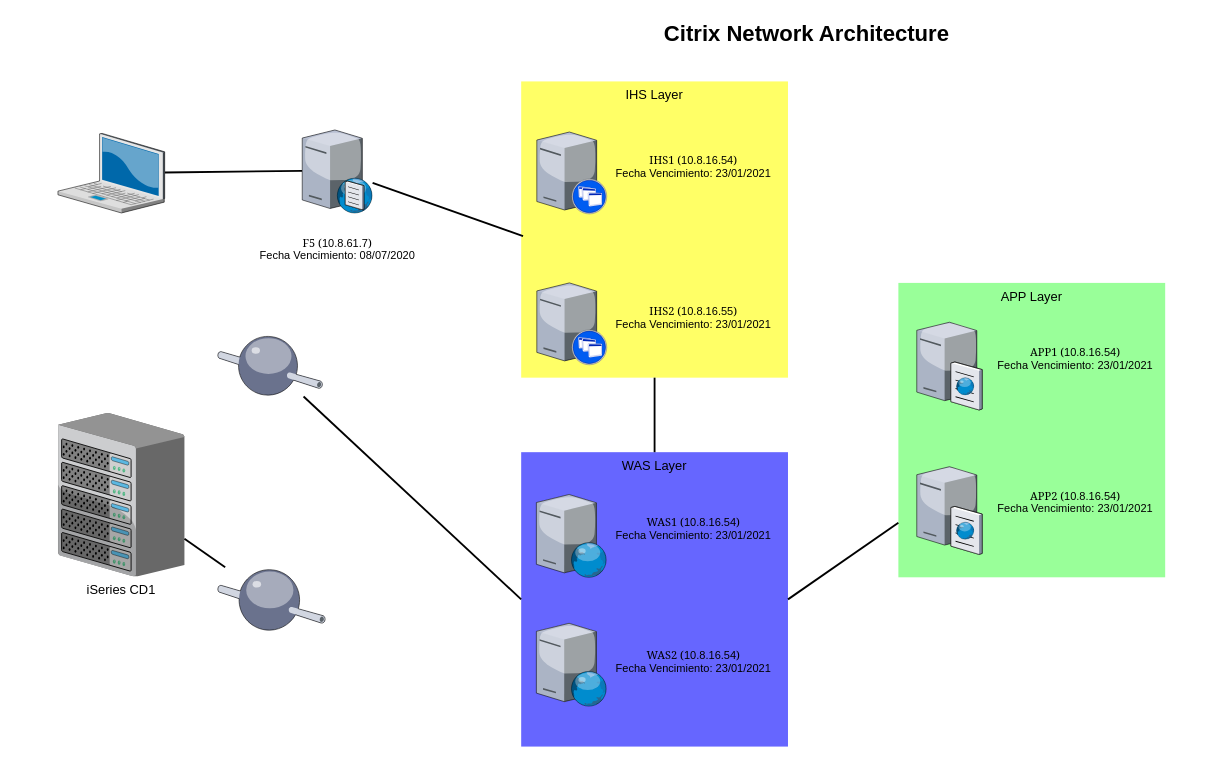
The draw.io diagram page "Page-1" (1 of 3) of Untitled Diagram.drawio in jamapilo/platzi, before the edit. Source tidied: cells renumbered, new cells numbered last; positions are measured from the earlier drawing's top-left corner, leaving out a move shared by most shapes. Both pictures are drawn from the tidied source at 92%, with x=0, y=0 at pixel (57, 16).
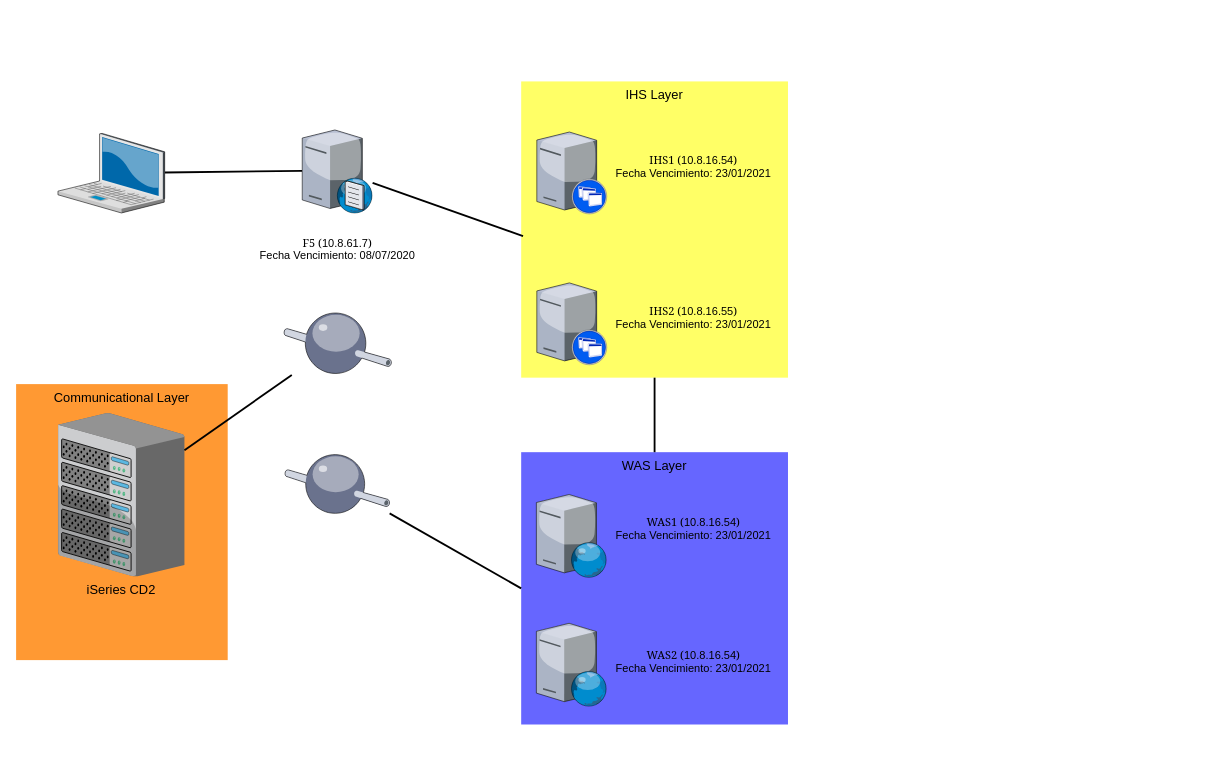
Above is the later version.

The edit, as a diff of the source:
```diff
@@
-    <mxCell id="2" value="APP Layer&lt;br&gt;" style="whiteSpace=wrap;html=1;fillColor=#99FF99;fontSize=14;strokeColor=none;verticalAlign=top;" parent="1" vertex="1">
-      <mxGeometry x="914" y="290" width="290" height="320" as="geometry" />
-    </mxCell>
+    <mxCell id="30" value="Communicational Layer&lt;br&gt;" style="whiteSpace=wrap;html=1;fillColor=#FF9933;fontSize=14;strokeColor=none;verticalAlign=top;" parent="1" vertex="1">
+      <mxGeometry x="-45" y="400" width="230" height="300" as="geometry" />
+    </mxCell>
     <mxCell id="3" value="WAS Layer&lt;br&gt;" style="whiteSpace=wrap;html=1;fillColor=#6666FF;fontSize=14;strokeColor=none;verticalAlign=top;" parent="1" vertex="1">
-      <mxGeometry x="504" y="474" width="290" height="320" as="geometry" />
+      <mxGeometry x="504" y="474" width="290" height="296" as="geometry" />
     </mxCell>
@@
-    <mxCell id="9" style="verticalLabelPosition=top;html=1;verticalAlign=bottom;strokeColor=none;shape=mxgraph.citrix.cache_server;fillColor=#66B2FF;gradientColor=#0066CC;fontSize=14;labelPosition=center;align=center;" parent="1" vertex="1">
-      <mxGeometry x="934" y="487.5" width="71" height="97.5" as="geometry" />
-    </mxCell>
-    <mxCell id="10" value="iSeries CD1&lt;br&gt;&lt;br&gt;" style="verticalLabelPosition=bottom;html=1;verticalAlign=top;strokeColor=none;shape=mxgraph.citrix.chassis;fillColor=#66B2FF;gradientColor=#0066CC;fontSize=14;" parent="1" vertex="1">
+    <mxCell id="10" value="iSeries CD2&lt;br&gt;&lt;br&gt;" style="verticalLabelPosition=bottom;html=1;verticalAlign=top;strokeColor=none;shape=mxgraph.citrix.chassis;fillColor=#66B2FF;gradientColor=#0066CC;fontSize=14;" parent="1" vertex="1">
       <mxGeometry x="0.5" y="431.5" width="137.5" height="177.5" as="geometry" />
     </mxCell>
-    <mxCell id="11" value="Citrix Network Architecture" style="text;strokeColor=none;fillColor=none;html=1;fontSize=24;fontStyle=1;verticalAlign=middle;align=center;" parent="1" vertex="1">
-      <mxGeometry x="383" width="861" height="40" as="geometry" />
-    </mxCell>
@@
-    <mxCell id="16" style="verticalLabelPosition=bottom;html=1;verticalAlign=top;strokeColor=none;align=center;shape=mxgraph.citrix.cache_server;" parent="1" vertex="1">
-      <mxGeometry x="934" y="330.5" width="71" height="97.5" as="geometry" />
-    </mxCell>
@@
-    <mxCell id="23" style="edgeStyle=none;rounded=0;html=1;startSize=10;endSize=10;jettySize=auto;fontSize=14;endArrow=none;endFill=0;strokeWidth=2;entryX=1;entryY=0.5;entryDx=0;entryDy=0;" parent="1" edge="1" source="2" target="3">
-      <mxGeometry relative="1" as="geometry" />
-    </mxCell>
     <mxCell id="24" style="verticalLabelPosition=bottom;html=1;verticalAlign=top;strokeColor=none;align=center;outlineConnect=0;shape=mxgraph.citrix.middleware;fillColor=#FFFF66;" parent="1" vertex="1">
-      <mxGeometry x="174" y="345.5" width="114" height="68" as="geometry" />
+      <mxGeometry x="247" y="474" width="114" height="68" as="geometry" />
     </mxCell>
@@
     <mxCell id="26" style="verticalLabelPosition=bottom;html=1;verticalAlign=top;strokeColor=none;align=center;outlineConnect=0;shape=mxgraph.citrix.middleware;fillColor=#FFFF66;" parent="1" vertex="1">
-      <mxGeometry x="174" y="599" width="117" height="70" as="geometry" />
+      <mxGeometry x="246" y="320" width="117" height="70" as="geometry" />
     </mxCell>
@@
-    <mxCell id="28" value="&lt;font face=&quot;Georgia&quot;&gt;APP1 (&lt;/font&gt;10.8.16.54&lt;font face=&quot;Georgia&quot;&gt;)&lt;br&gt;&lt;/font&gt;&lt;span&gt;Fecha Vencimiento:&amp;nbsp;&lt;/span&gt;&lt;span title=&quot;23/01/2021&quot;&gt;23/01/2021&lt;/span&gt;&lt;br&gt;&lt;br&gt;" style="text;html=1;strokeColor=none;fillColor=none;align=center;verticalAlign=middle;whiteSpace=wrap;rounded=0;" parent="1" vertex="1">
-      <mxGeometry x="1014" y="350.5" width="185" height="58" as="geometry" />
-    </mxCell>
-    <mxCell id="29" value="&lt;font face=&quot;Georgia&quot;&gt;APP2 (&lt;/font&gt;10.8.16.54&lt;font face=&quot;Georgia&quot;&gt;)&lt;br&gt;&lt;/font&gt;&lt;span&gt;Fecha Vencimiento:&amp;nbsp;&lt;/span&gt;&lt;span title=&quot;23/01/2021&quot;&gt;23/01/2021&lt;/span&gt;&lt;br&gt;&lt;br&gt;" style="text;html=1;strokeColor=none;fillColor=none;align=center;verticalAlign=middle;whiteSpace=wrap;rounded=0;" parent="1" vertex="1">
-      <mxGeometry x="1014" y="507" width="185" height="58" as="geometry" />
-    </mxCell>
```
